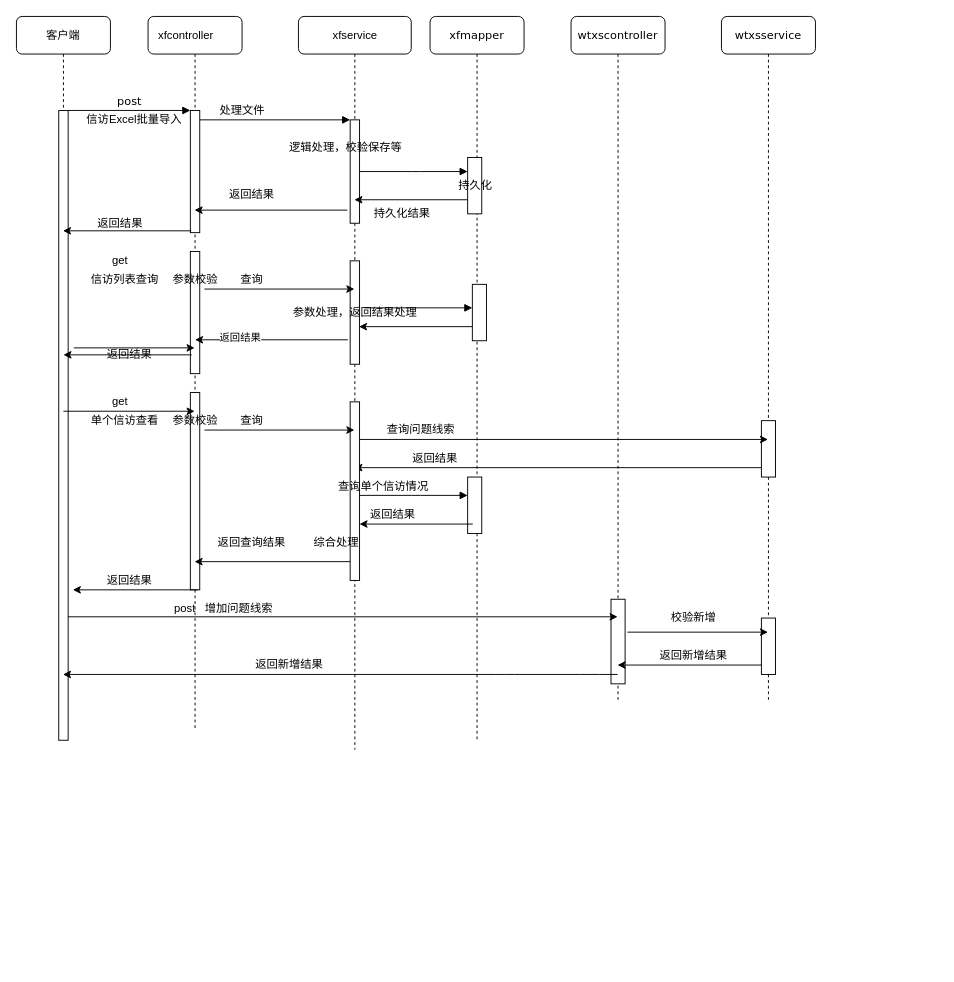
Earlier version of the draw.io diagram 未命名绘图.drawio (Auto641535722/config-repo). Source tidied: cells renumbered, new cells numbered last; positions are measured from the earlier drawing's top-left corner, leaving out a move shared by most shapes. Both pictures are drawn from the tidied source at 94%, with x=0, y=0 at pixel (16, 16).
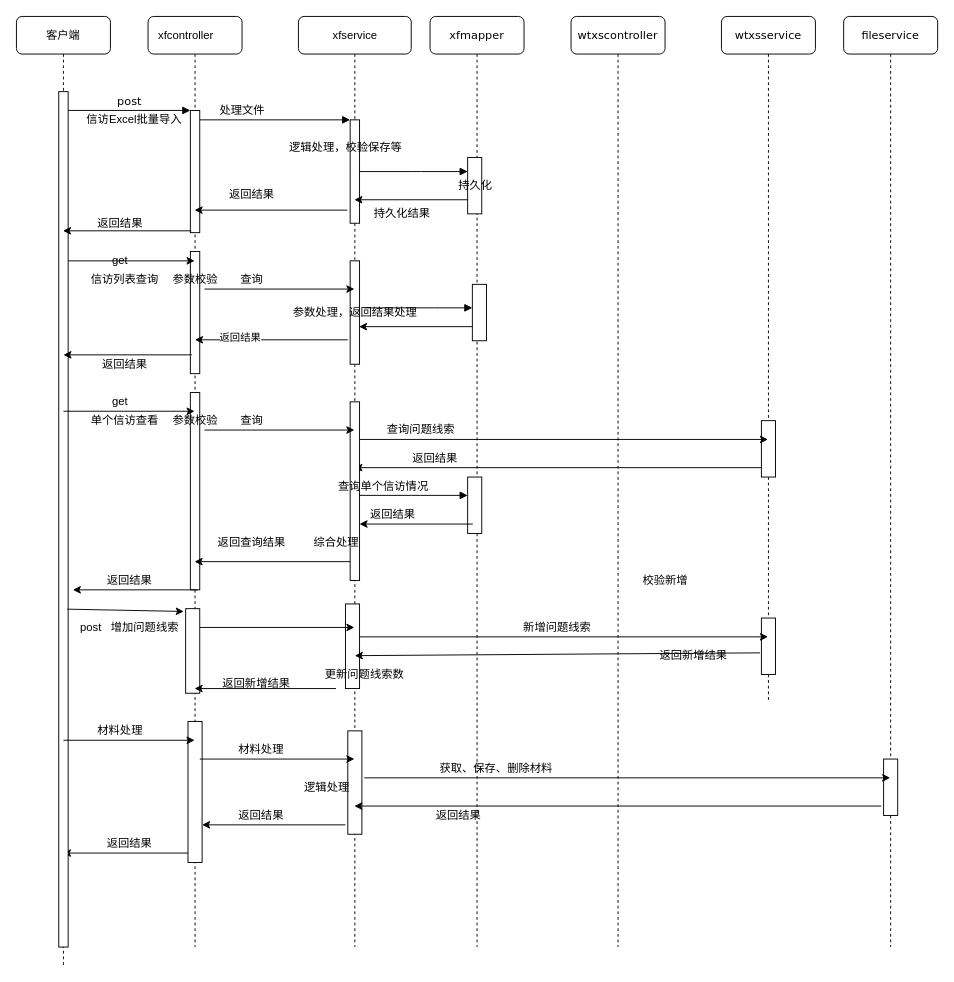
After the change.

Commit message:
更新未命名绘图.drawio

The change refers to these unchanged cells:
```xml
<mxCell id="4" style="html=1;points=[];perimeter=orthogonalPerimeter;rounded=0;shadow=0;comic=0;labelBackgroundColor=none;strokeWidth=1;fontFamily=Verdana;fontSize=12;align=center;" parent="2" vertex="1">
  <mxGeometry x="45" y="250" width="10" height="130" as="geometry" />
</mxCell>
<mxCell id="40" value="wtxsservice" style="shape=umlLifeline;perimeter=lifelinePerimeter;whiteSpace=wrap;html=1;outlineConnect=0;rounded=1;shadow=0;comic=0;labelBackgroundColor=none;strokeWidth=1;fontFamily=Verdana;fontSize=12;align=center;" parent="1" vertex="1">
  <mxGeometry x="750" width="100" height="730" as="geometry" />
</mxCell>
<mxCell id="67" style="html=1;points=[];perimeter=orthogonalPerimeter;rounded=0;shadow=0;comic=0;labelBackgroundColor=none;strokeWidth=1;fontFamily=Verdana;fontSize=12;align=center;" parent="1" vertex="1">
  <mxGeometry x="792.5" y="640" width="15" height="60" as="geometry" />
</mxCell>
```

Diff of the diagram source:
```diff
@@
     <mxCell id="2" style="shape=umlLifeline;perimeter=lifelinePerimeter;whiteSpace=wrap;html=1;outlineConnect=0;rounded=1;shadow=0;comic=0;labelBackgroundColor=none;strokeWidth=1;fontFamily=Verdana;fontSize=12;align=center;" parent="1" vertex="1">
-      <mxGeometry x="140" width="100" height="760" as="geometry" />
+      <mxGeometry x="140" width="100" height="990" as="geometry" />
     </mxCell>
@@
+    <mxCell id="74" style="html=1;points=[];perimeter=orthogonalPerimeter;rounded=0;shadow=0;comic=0;labelBackgroundColor=none;strokeWidth=1;fontFamily=Verdana;fontSize=12;align=center;" parent="2" vertex="1">
+      <mxGeometry x="42.5" y="750" width="15" height="150" as="geometry" />
+    </mxCell>
+    <mxCell id="75" style="endArrow=classic;html=1;" parent="2" edge="1" target="15">
+      <mxGeometry relative="1" as="geometry">
+        <mxPoint x="42.5" y="890" as="sourcePoint" />
+      </mxGeometry>
+    </mxCell>
+    <mxCell id="76" style="html=1;points=[];perimeter=orthogonalPerimeter;rounded=0;shadow=0;comic=0;labelBackgroundColor=none;strokeWidth=1;fontFamily=Verdana;fontSize=12;align=center;" parent="2" vertex="1">
+      <mxGeometry x="40" y="630" width="15" height="90" as="geometry" />
+    </mxCell>
     <mxCell id="6" style="shape=umlLifeline;perimeter=lifelinePerimeter;whiteSpace=wrap;html=1;outlineConnect=0;rounded=1;shadow=0;comic=0;labelBackgroundColor=none;strokeWidth=1;fontFamily=Verdana;fontSize=12;align=center;" parent="1" vertex="1">
-      <mxGeometry x="300" width="120" height="780" as="geometry" />
+      <mxGeometry x="300" width="120" height="990" as="geometry" />
     </mxCell>
@@
+    <mxCell id="77" style="html=1;perimeter=orthogonalPerimeter;rounded=0;shadow=0;comic=0;labelBackgroundColor=none;strokeWidth=1;fontFamily=Verdana;fontSize=12;align=center;" parent="6" vertex="1">
+      <mxGeometry x="52.5" y="760" width="15" height="110" as="geometry" />
+    </mxCell>
+    <mxCell id="64" style="html=1;perimeter=orthogonalPerimeter;rounded=0;shadow=0;comic=0;labelBackgroundColor=none;strokeWidth=1;fontFamily=Verdana;fontSize=12;align=center;" parent="6" vertex="1">
+      <mxGeometry x="50" y="625" width="15" height="90" as="geometry" />
+    </mxCell>
+    <mxCell id="78" style="endArrow=classic;html=1;" parent="6" edge="1" target="2">
+      <mxGeometry relative="1" as="geometry">
+        <mxPoint x="40" y="715" as="sourcePoint" />
+      </mxGeometry>
+    </mxCell>
     <mxCell id="11" value="xfmapper" style="shape=umlLifeline;perimeter=lifelinePerimeter;whiteSpace=wrap;html=1;rounded=1;shadow=0;comic=0;labelBackgroundColor=none;strokeWidth=1;fontFamily=Verdana;fontSize=12;align=center;" parent="1" vertex="1">
-      <mxGeometry x="440" width="100" height="770" as="geometry" />
+      <mxGeometry x="440" width="100" height="990" as="geometry" />
     </mxCell>
@@
     <mxCell id="15" value="客户端" style="shape=umlLifeline;perimeter=lifelinePerimeter;whiteSpace=wrap;html=1;outlineConnect=0;rounded=1;shadow=0;comic=0;labelBackgroundColor=none;strokeWidth=1;fontFamily=Verdana;fontSize=12;align=center;" parent="1" vertex="1">
-      <mxGeometry width="100" height="770" as="geometry" />
+      <mxGeometry width="100" height="1010" as="geometry" />
     </mxCell>
     <mxCell id="16" style="html=1;points=[];perimeter=orthogonalPerimeter;rounded=0;shadow=0;comic=0;labelBackgroundColor=none;strokeWidth=1;fontFamily=Verdana;fontSize=12;align=center;" parent="15" vertex="1">
-      <mxGeometry x="45" y="100" width="10" height="670" as="geometry" />
+      <mxGeometry x="45" y="80" width="10" height="910" as="geometry" />
     </mxCell>
@@
-    <mxCell id="27" style="endArrow=classic;html=1;exitX=1.6;exitY=0.377;exitDx=0;exitDy=0;exitPerimeter=0;" parent="1" edge="1" source="16" target="2">
+    <mxCell id="27" style="endArrow=classic;html=1;entryX=0.45;entryY=0.077;entryDx=0;entryDy=0;entryPerimeter=0;" parent="1" edge="1" source="16" target="4">
       <mxGeometry relative="1" as="geometry" />
     </mxCell>
@@
     <mxCell id="38" value="返回结果" style="text;html=1;align=center;verticalAlign=middle;" parent="1" vertex="1">
-      <mxGeometry x="90" y="350" width="60" height="20" as="geometry" />
+      <mxGeometry x="85" y="360" width="60" height="20" as="geometry" />
     </mxCell>
@@
     <mxCell id="63" value="wtxscontroller" style="shape=umlLifeline;perimeter=lifelinePerimeter;whiteSpace=wrap;html=1;outlineConnect=0;rounded=1;shadow=0;comic=0;labelBackgroundColor=none;strokeWidth=1;fontFamily=Verdana;fontSize=12;align=center;" parent="1" vertex="1">
-      <mxGeometry x="590" width="100" height="730" as="geometry" />
+      <mxGeometry x="590" width="100" height="990" as="geometry" />
     </mxCell>
-    <mxCell id="64" style="html=1;perimeter=orthogonalPerimeter;rounded=0;shadow=0;comic=0;labelBackgroundColor=none;strokeWidth=1;fontFamily=Verdana;fontSize=12;align=center;" parent="63" vertex="1">
-      <mxGeometry x="42.5" y="620" width="15" height="90" as="geometry" />
-    </mxCell>
-    <mxCell id="65" style="endArrow=classic;html=1;exitX=1;exitY=0.804;exitDx=0;exitDy=0;exitPerimeter=0;" parent="1" edge="1" source="16" target="63">
+    <mxCell id="65" style="endArrow=classic;html=1;exitX=0.9;exitY=0.605;exitDx=0;exitDy=0;exitPerimeter=0;entryX=-0.133;entryY=0.033;entryDx=0;entryDy=0;entryPerimeter=0;" parent="1" edge="1" source="16" target="76">
       <mxGeometry relative="1" as="geometry" />
     </mxCell>
     <mxCell id="66" value="post&amp;nbsp; &amp;nbsp;增加问题线索" style="text;html=1;align=center;verticalAlign=middle;" parent="1" vertex="1">
-      <mxGeometry x="160" y="620" width="120" height="20" as="geometry" />
+      <mxGeometry x="60" y="640" width="120" height="20" as="geometry" />
     </mxCell>
@@
-    <mxCell id="68" style="endArrow=classic;html=1;" parent="1" edge="1" target="40">
-      <mxGeometry relative="1" as="geometry">
-        <mxPoint x="650" y="655" as="sourcePoint" />
-      </mxGeometry>
-    </mxCell>
-    <mxCell id="69" style="endArrow=classic;html=1;" parent="1" edge="1" target="63">
+    <mxCell id="69" style="endArrow=classic;html=1;exitX=-0.1;exitY=0.617;exitDx=0;exitDy=0;exitPerimeter=0;" parent="1" edge="1" source="67">
       <mxGeometry relative="1" as="geometry">
-        <mxPoint x="792.5" y="690" as="sourcePoint" />
+        <mxPoint x="360" y="680" as="targetPoint" />
       </mxGeometry>
     </mxCell>
-    <mxCell id="70" style="endArrow=classic;html=1;" parent="1" edge="1" source="63" target="15">
-      <mxGeometry relative="1" as="geometry">
-        <Array as="points">
-          <mxPoint x="610" y="700" />
-          <mxPoint x="520" y="700" />
-          <mxPoint x="400" y="700" />
-        </Array>
-      </mxGeometry>
-    </mxCell>
     <mxCell id="71" value="校验新增" style="text;html=1;align=center;verticalAlign=middle;" parent="1" vertex="1">
-      <mxGeometry x="690" y="630" width="60" height="20" as="geometry" />
+      <mxGeometry x="660" y="590" width="60" height="20" as="geometry" />
     </mxCell>
@@
     <mxCell id="73" value="返回新增结果" style="text;html=1;align=center;verticalAlign=middle;" parent="1" vertex="1">
-      <mxGeometry x="245" y="680" width="90" height="20" as="geometry" />
+      <mxGeometry x="210" y="700" width="90" height="20" as="geometry" />
     </mxCell>
+    <mxCell id="79" value="fileservice" style="shape=umlLifeline;perimeter=lifelinePerimeter;whiteSpace=wrap;html=1;outlineConnect=0;rounded=1;shadow=0;comic=0;labelBackgroundColor=none;strokeWidth=1;fontFamily=Verdana;fontSize=12;align=center;" parent="1" vertex="1">
+      <mxGeometry x="880" width="100" height="990" as="geometry" />
+    </mxCell>
+    <mxCell id="80" style="html=1;perimeter=orthogonalPerimeter;rounded=0;shadow=0;comic=0;labelBackgroundColor=none;strokeWidth=1;fontFamily=Verdana;fontSize=12;align=center;" parent="79" vertex="1">
+      <mxGeometry x="42.5" y="790" width="15" height="60" as="geometry" />
+    </mxCell>
+    <mxCell id="81" style="endArrow=classic;html=1;" parent="1" edge="1" target="2">
+      <mxGeometry relative="1" as="geometry">
+        <mxPoint x="50" y="770" as="sourcePoint" />
+      </mxGeometry>
+    </mxCell>
+    <mxCell id="82" style="endArrow=classic;html=1;" parent="1" edge="1" target="6">
+      <mxGeometry relative="1" as="geometry">
+        <mxPoint x="195" y="790" as="sourcePoint" />
+      </mxGeometry>
+    </mxCell>
+    <mxCell id="83" style="endArrow=classic;html=1;" parent="1" edge="1" target="79">
+      <mxGeometry relative="1" as="geometry">
+        <mxPoint x="370" y="810" as="sourcePoint" />
+      </mxGeometry>
+    </mxCell>
+    <mxCell id="84" style="endArrow=classic;html=1;" parent="1" edge="1" target="6">
+      <mxGeometry relative="1" as="geometry">
+        <mxPoint x="920" y="840" as="sourcePoint" />
+      </mxGeometry>
+    </mxCell>
+    <mxCell id="85" style="endArrow=classic;html=1;" parent="1" edge="1" target="74">
+      <mxGeometry relative="1" as="geometry">
+        <mxPoint x="350" y="860" as="sourcePoint" />
+      </mxGeometry>
+    </mxCell>
+    <mxCell id="86" value="材料处理" style="text;html=1;align=center;verticalAlign=middle;" parent="1" vertex="1">
+      <mxGeometry x="80" y="750" width="60" height="20" as="geometry" />
+    </mxCell>
+    <mxCell id="87" value="材料处理" style="text;html=1;align=center;verticalAlign=middle;" parent="1" vertex="1">
+      <mxGeometry x="230" y="770" width="60" height="20" as="geometry" />
+    </mxCell>
+    <mxCell id="88" value="获取、保存、删除材料" style="text;html=1;align=center;verticalAlign=middle;" parent="1" vertex="1">
+      <mxGeometry x="440" y="790" width="140" height="20" as="geometry" />
+    </mxCell>
+    <mxCell id="89" value="返回结果" style="text;html=1;align=center;verticalAlign=middle;" parent="1" vertex="1">
+      <mxGeometry x="440" y="840" width="60" height="20" as="geometry" />
+    </mxCell>
+    <mxCell id="90" value="逻辑处理" style="text;html=1;align=center;verticalAlign=middle;" parent="1" vertex="1">
+      <mxGeometry x="300" y="810" width="60" height="20" as="geometry" />
+    </mxCell>
+    <mxCell id="91" value="返回结果" style="text;html=1;align=center;verticalAlign=middle;" parent="1" vertex="1">
+      <mxGeometry x="230" y="840" width="60" height="20" as="geometry" />
+    </mxCell>
+    <mxCell id="92" value="返回结果" style="text;html=1;align=center;verticalAlign=middle;" parent="1" vertex="1">
+      <mxGeometry x="90" y="870" width="60" height="20" as="geometry" />
+    </mxCell>
+    <mxCell id="93" style="endArrow=classic;html=1;" parent="1" edge="1" target="6">
+      <mxGeometry relative="1" as="geometry">
+        <mxPoint x="195" y="650" as="sourcePoint" />
+      </mxGeometry>
+    </mxCell>
+    <mxCell id="94" style="endArrow=classic;html=1;" parent="1" edge="1" target="40">
+      <mxGeometry relative="1" as="geometry">
+        <mxPoint x="365" y="660" as="sourcePoint" />
+      </mxGeometry>
+    </mxCell>
+    <mxCell id="95" value="新增问题线索" style="text;html=1;align=center;verticalAlign=middle;" parent="1" vertex="1">
+      <mxGeometry x="530" y="640" width="90" height="20" as="geometry" />
+    </mxCell>
+    <mxCell id="96" value="更新问题线索数" style="text;html=1;align=center;verticalAlign=middle;" parent="1" vertex="1">
+      <mxGeometry x="320" y="690" width="100" height="20" as="geometry" />
+    </mxCell>
```
